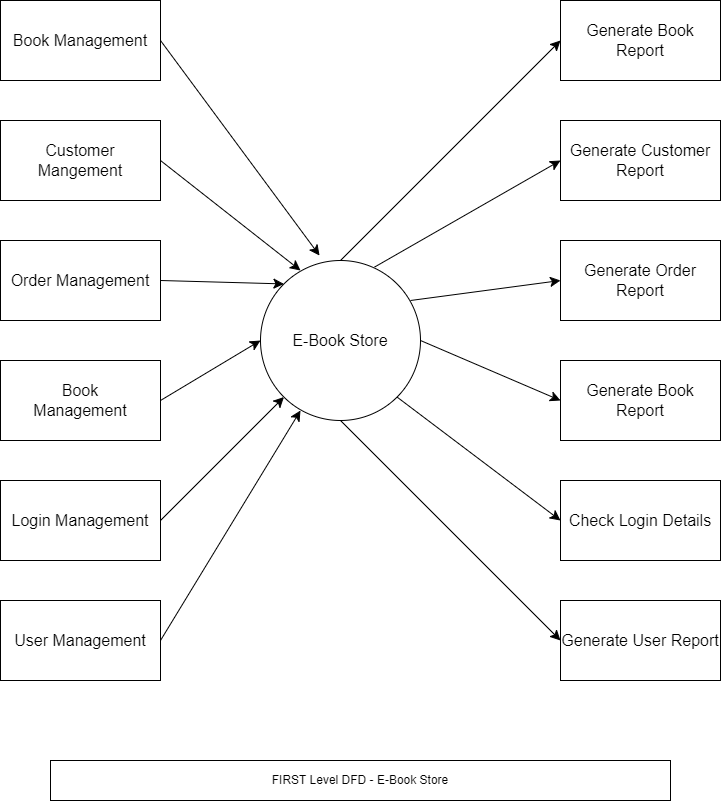
prathamjc/TY-project keeps this draw.io diagram as Diagrams/First Level DFD.png. Above is the earlier version. Source tidied: cells renumbered, new cells last; positions are measured from the earlier drawing's top-left corner, leaving out a move shared by most shapes.
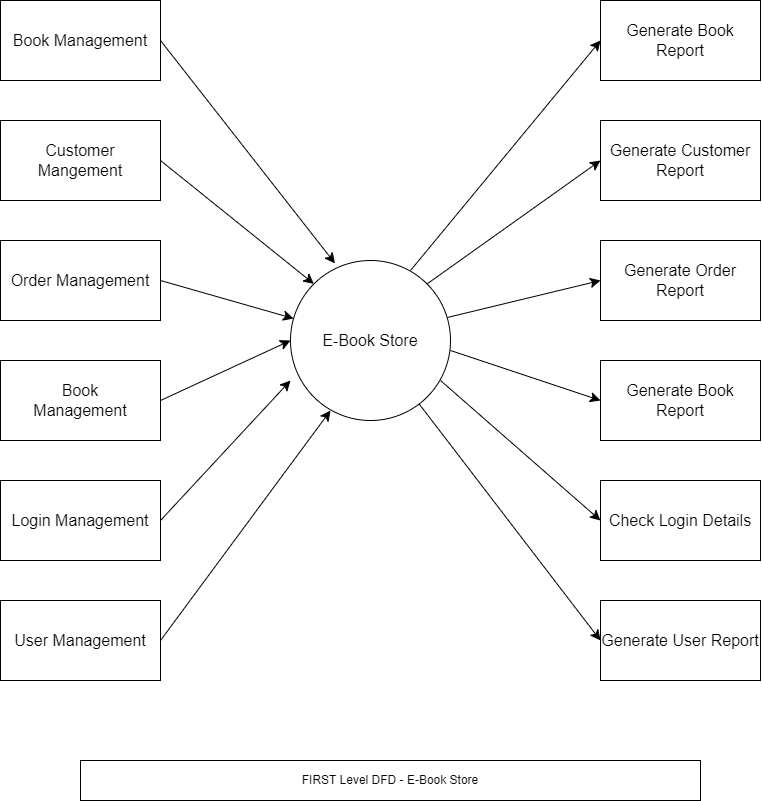
Above is the later version.

What changed in the source:
```diff
@@ -6,81 +6,83 @@
       <mxGeometry x="260" y="260" width="160" height="160" as="geometry" />
     </mxCell>
     <mxCell id="3" value="Book Management" style="rounded=0;whiteSpace=wrap;html=1;fontSize=16;" parent="1" vertex="1">
-      <mxGeometry width="160" height="80" as="geometry" />
+      <mxGeometry x="-30" width="160" height="80" as="geometry" />
     </mxCell>
     <mxCell id="4" value="Customer Mangement" style="rounded=0;whiteSpace=wrap;html=1;fontSize=16;" parent="1" vertex="1">
-      <mxGeometry y="120" width="160" height="80" as="geometry" />
+      <mxGeometry x="-30" y="120" width="160" height="80" as="geometry" />
     </mxCell>
     <mxCell id="5" value="Order Management" style="rounded=0;whiteSpace=wrap;html=1;fontSize=16;" parent="1" vertex="1">
-      <mxGeometry y="240" width="160" height="80" as="geometry" />
+      <mxGeometry x="-30" y="240" width="160" height="80" as="geometry" />
     </mxCell>
     <mxCell id="6" value="Book&lt;br&gt;Management" style="rounded=0;whiteSpace=wrap;html=1;fontSize=16;" parent="1" vertex="1">
-      <mxGeometry y="360" width="160" height="80" as="geometry" />
+      <mxGeometry x="-30" y="360" width="160" height="80" as="geometry" />
     </mxCell>
     <mxCell id="7" value="Generate Book Report" style="rounded=0;whiteSpace=wrap;html=1;fontSize=16;" parent="1" vertex="1">
-      <mxGeometry x="560" width="160" height="80" as="geometry" />
+      <mxGeometry x="570" width="160" height="80" as="geometry" />
     </mxCell>
     <mxCell id="8" value="Generate Customer&lt;br&gt;Report" style="rounded=0;whiteSpace=wrap;html=1;fontSize=16;" parent="1" vertex="1">
-      <mxGeometry x="560" y="120" width="160" height="80" as="geometry" />
+      <mxGeometry x="570" y="120" width="160" height="80" as="geometry" />
     </mxCell>
     <mxCell id="9" value="Generate Order Report" style="rounded=0;whiteSpace=wrap;html=1;fontSize=16;" parent="1" vertex="1">
-      <mxGeometry x="560" y="240" width="160" height="80" as="geometry" />
+      <mxGeometry x="570" y="240" width="160" height="80" as="geometry" />
     </mxCell>
     <mxCell id="10" value="Generate Book Report" style="rounded=0;whiteSpace=wrap;html=1;fontSize=16;" parent="1" vertex="1">
-      <mxGeometry x="560" y="360" width="160" height="80" as="geometry" />
+      <mxGeometry x="570" y="360" width="160" height="80" as="geometry" />
     </mxCell>
     <mxCell id="11" value="Login Management" style="rounded=0;whiteSpace=wrap;html=1;fontSize=16;" parent="1" vertex="1">
-      <mxGeometry y="480" width="160" height="80" as="geometry" />
+      <mxGeometry x="-30" y="480" width="160" height="80" as="geometry" />
     </mxCell>
     <mxCell id="12" value="User Management" style="rounded=0;whiteSpace=wrap;html=1;fontSize=16;" parent="1" vertex="1">
-      <mxGeometry y="600" width="160" height="80" as="geometry" />
+      <mxGeometry x="-30" y="600" width="160" height="80" as="geometry" />
     </mxCell>
     <mxCell id="13" value="Check Login Details" style="rounded=0;whiteSpace=wrap;html=1;fontSize=16;" parent="1" vertex="1">
-      <mxGeometry x="560" y="480" width="160" height="80" as="geometry" />
+      <mxGeometry x="570" y="480" width="160" height="80" as="geometry" />
     </mxCell>
     <mxCell id="14" value="Generate User Report" style="rounded=0;whiteSpace=wrap;html=1;fontSize=16;" parent="1" vertex="1">
-      <mxGeometry x="560" y="600" width="160" height="80" as="geometry" />
+      <mxGeometry x="570" y="600" width="160" height="80" as="geometry" />
     </mxCell>
     <mxCell id="15" style="endArrow=classic;html=1;rounded=0;fontSize=12;startSize=8;endSize=8;curved=1;exitX=1;exitY=0.5;exitDx=0;exitDy=0;" parent="1" edge="1" source="12">
       <mxGeometry relative="1" as="geometry">
         <mxPoint x="300" y="410" as="targetPoint" />
       </mxGeometry>
     </mxCell>
-    <mxCell id="16" style="endArrow=classic;html=1;rounded=0;fontSize=12;startSize=8;endSize=8;curved=1;exitX=1;exitY=0.5;exitDx=0;exitDy=0;" parent="1" edge="1" source="11" target="2">
+    <mxCell id="16" style="endArrow=classic;html=1;rounded=0;fontSize=12;startSize=8;endSize=8;curved=1;exitX=1;exitY=0.5;exitDx=0;exitDy=0;entryX=0;entryY=0.75;entryDx=0;entryDy=0;entryPerimeter=0;" parent="1" edge="1" source="11" target="2">
       <mxGeometry relative="1" as="geometry" />
     </mxCell>
     <mxCell id="17" style="endArrow=classic;html=1;rounded=0;fontSize=12;startSize=8;endSize=8;curved=1;entryX=0;entryY=0.5;entryDx=0;entryDy=0;exitX=1;exitY=0.5;exitDx=0;exitDy=0;" parent="1" edge="1" source="6" target="2">
       <mxGeometry relative="1" as="geometry" />
     </mxCell>
-    <mxCell id="18" style="endArrow=classic;html=1;rounded=0;fontSize=12;startSize=8;endSize=8;curved=1;entryX=0;entryY=0;entryDx=0;entryDy=0;exitX=1;exitY=0.5;exitDx=0;exitDy=0;" parent="1" edge="1" source="5" target="2">
+    <mxCell id="18" style="endArrow=classic;html=1;rounded=0;fontSize=12;startSize=8;endSize=8;curved=1;exitX=1;exitY=0.5;exitDx=0;exitDy=0;" parent="1" edge="1" source="5" target="2">
       <mxGeometry relative="1" as="geometry" />
     </mxCell>
-    <mxCell id="19" style="endArrow=classic;html=1;rounded=0;fontSize=12;startSize=8;endSize=8;curved=1;exitX=1;exitY=0.5;exitDx=0;exitDy=0;" parent="1" edge="1" source="4">
-      <mxGeometry relative="1" as="geometry">
-        <mxPoint x="300" y="270" as="targetPoint" />
-      </mxGeometry>
+    <mxCell id="19" style="endArrow=classic;html=1;rounded=0;fontSize=12;startSize=8;endSize=8;curved=1;exitX=1;exitY=0.5;exitDx=0;exitDy=0;entryX=0;entryY=0;entryDx=0;entryDy=0;" parent="1" edge="1" source="4" target="2">
+      <mxGeometry relative="1" as="geometry" />
     </mxCell>
-    <mxCell id="20" style="endArrow=classic;html=1;rounded=0;fontSize=12;startSize=8;endSize=8;curved=1;entryX=0.369;entryY=-0.031;entryDx=0;entryDy=0;entryPerimeter=0;exitX=1;exitY=0.5;exitDx=0;exitDy=0;" parent="1" edge="1" source="3" target="2">
+    <mxCell id="20" style="endArrow=classic;html=1;rounded=0;fontSize=12;startSize=8;endSize=8;curved=1;entryX=0.278;entryY=0.018;entryDx=0;entryDy=0;entryPerimeter=0;exitX=1;exitY=0.5;exitDx=0;exitDy=0;" parent="1" edge="1" source="3" target="2">
       <mxGeometry relative="1" as="geometry" />
     </mxCell>
-    <mxCell id="21" style="endArrow=classic;html=1;rounded=0;fontSize=12;startSize=8;endSize=8;curved=1;exitX=0.5;exitY=0;exitDx=0;exitDy=0;entryX=0;entryY=0.5;entryDx=0;entryDy=0;" parent="1" edge="1" source="2" target="7">
-      <mxGeometry relative="1" as="geometry" />
+    <mxCell id="21" style="endArrow=classic;html=1;rounded=0;fontSize=12;startSize=8;endSize=8;curved=1;entryX=0;entryY=0.5;entryDx=0;entryDy=0;" parent="1" edge="1" target="7">
+      <mxGeometry relative="1" as="geometry">
+        <mxPoint x="380" y="270" as="sourcePoint" />
+      </mxGeometry>
     </mxCell>
-    <mxCell id="22" style="endArrow=classic;html=1;rounded=0;fontSize=12;startSize=8;endSize=8;curved=1;entryX=0;entryY=0.5;entryDx=0;entryDy=0;exitX=0.713;exitY=0.041;exitDx=0;exitDy=0;exitPerimeter=0;" parent="1" edge="1" source="2" target="8">
+    <mxCell id="22" style="endArrow=classic;html=1;rounded=0;fontSize=12;startSize=8;endSize=8;curved=1;entryX=0;entryY=0.5;entryDx=0;entryDy=0;exitX=1;exitY=0;exitDx=0;exitDy=0;" parent="1" edge="1" source="2" target="8">
       <mxGeometry relative="1" as="geometry" />
     </mxCell>
-    <mxCell id="23" style="endArrow=classic;html=1;rounded=0;fontSize=12;startSize=8;endSize=8;curved=1;entryX=0;entryY=0.5;entryDx=0;entryDy=0;" parent="1" edge="1" target="9">
-      <mxGeometry relative="1" as="geometry">
-        <mxPoint x="410" y="300" as="sourcePoint" />
-      </mxGeometry>
+    <mxCell id="23" style="endArrow=classic;html=1;rounded=0;fontSize=12;startSize=8;endSize=8;curved=1;entryX=0;entryY=0.5;entryDx=0;entryDy=0;exitX=0.981;exitY=0.356;exitDx=0;exitDy=0;exitPerimeter=0;" parent="1" edge="1" source="2" target="9">
+      <mxGeometry relative="1" as="geometry" />
     </mxCell>
-    <mxCell id="24" style="endArrow=classic;html=1;rounded=0;fontSize=12;startSize=8;endSize=8;curved=1;exitX=1;exitY=0.5;exitDx=0;exitDy=0;entryX=0;entryY=0.5;entryDx=0;entryDy=0;" parent="1" edge="1" source="2" target="10">
-      <mxGeometry relative="1" as="geometry" />
+    <mxCell id="24" style="endArrow=classic;html=1;rounded=0;fontSize=12;startSize=8;endSize=8;curved=1;entryX=0;entryY=0.5;entryDx=0;entryDy=0;" parent="1" edge="1" target="10">
+      <mxGeometry relative="1" as="geometry">
+        <mxPoint x="420" y="350" as="sourcePoint" />
+      </mxGeometry>
     </mxCell>
-    <mxCell id="25" style="endArrow=classic;html=1;rounded=0;fontSize=12;startSize=8;endSize=8;curved=1;exitX=1;exitY=1;exitDx=0;exitDy=0;entryX=0;entryY=0.5;entryDx=0;entryDy=0;" parent="1" edge="1" source="2" target="13">
-      <mxGeometry relative="1" as="geometry" />
+    <mxCell id="25" style="endArrow=classic;html=1;rounded=0;fontSize=12;startSize=8;endSize=8;curved=1;entryX=0;entryY=0.5;entryDx=0;entryDy=0;" parent="1" edge="1" target="13">
+      <mxGeometry relative="1" as="geometry">
+        <mxPoint x="410" y="380" as="sourcePoint" />
+      </mxGeometry>
     </mxCell>
-    <mxCell id="26" style="endArrow=classic;html=1;rounded=0;fontSize=12;startSize=8;endSize=8;curved=1;exitX=0.5;exitY=1;exitDx=0;exitDy=0;entryX=0;entryY=0.5;entryDx=0;entryDy=0;" parent="1" edge="1" source="2" target="14">
+    <mxCell id="26" style="endArrow=classic;html=1;rounded=0;fontSize=12;startSize=8;endSize=8;curved=1;entryX=0;entryY=0.5;entryDx=0;entryDy=0;" parent="1" edge="1" source="2" target="14">
       <mxGeometry relative="1" as="geometry" />
     </mxCell>
     <mxCell id="27" value="FIRST Level DFD - E-Book Store" style="rounded=0;whiteSpace=wrap;html=1;" parent="1" vertex="1">
```
